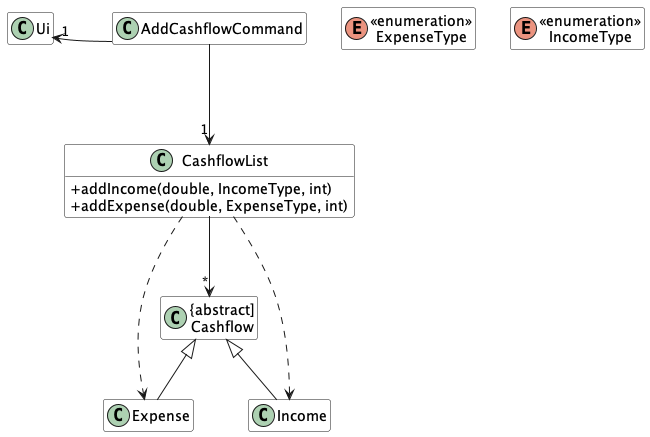
The PlantUML diagram docs/CashflowClassDiagram.png in nus-cs2113-AY2324S1/tp, before a commit. The source it was exported from:
```plantuml
@startuml
skinparam classAttributeIconSize 0
hide empty members
!include style.puml
skinparam ClassBackgroundColor STORAGE_COLOR

Class "{abstract]\nCashflow" as Cashflow
Class Expense extends Cashflow
Class Income extends Cashflow
Class Ui
Class CashflowList {
    +addIncome(double, IncomeType, int)
    +addExpense(double, ExpenseType, int)
}
Class AddCashflowCommand #FFFFFF

enum "<<enumeration>>\nExpenseType" as ExpenseType
enum "<<enumeration>>\nIncomeType" as IncomeType

AddCashflowCommand -left-> "1" Ui
AddCashflowCommand --> "1" CashflowList
CashflowList --> "*" Cashflow
CashflowList ..> Income
CashflowList ..> Expense


@enduml
```
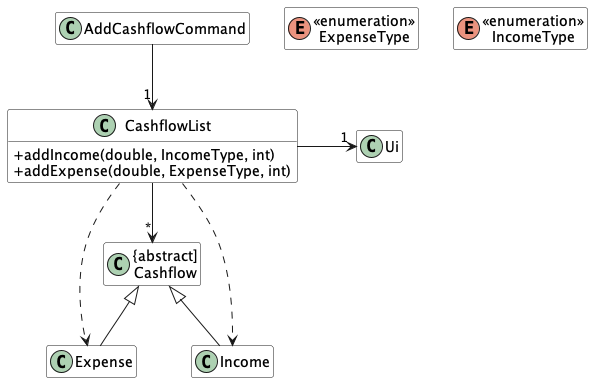
The same diagram one commit later.

Commit message:
Update class diagram

What changed in the source:
```diff
@@ -17,7 +17,7 @@
 enum "<<enumeration>>\nExpenseType" as ExpenseType
 enum "<<enumeration>>\nIncomeType" as IncomeType
 
-AddCashflowCommand -left-> "1" Ui
+CashflowList -right-> "1" Ui
 AddCashflowCommand --> "1" CashflowList
 CashflowList --> "*" Cashflow
 CashflowList ..> Income
```
